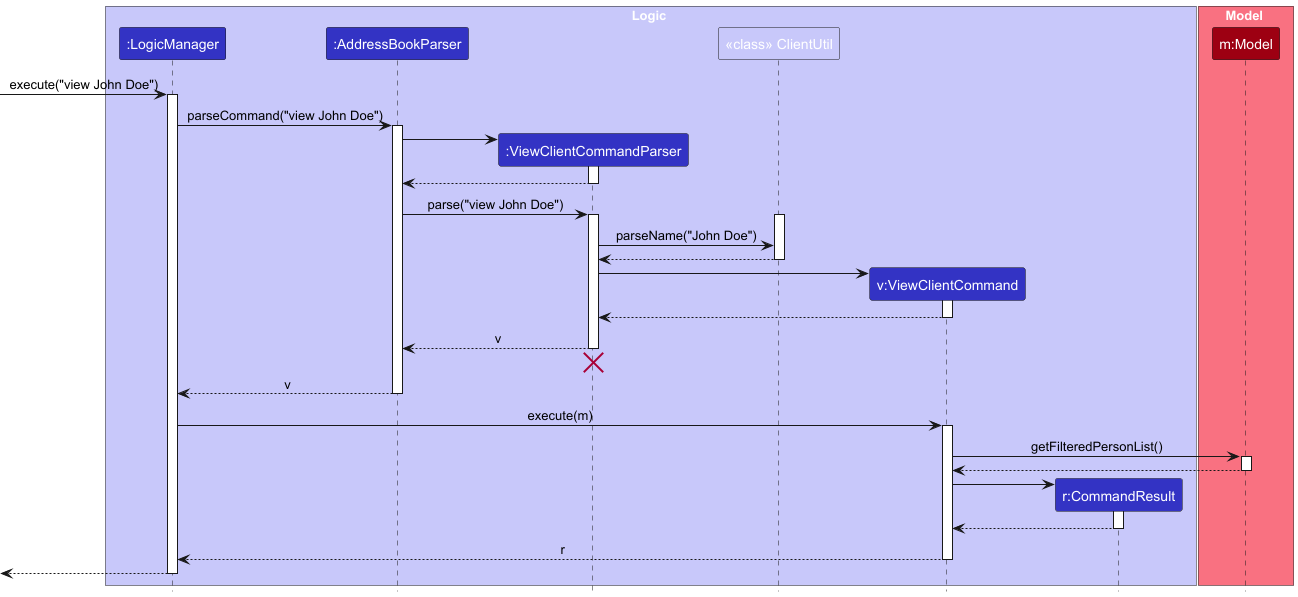
Before: docs/images/ViewSequenceDiagram.png, a diagram exported from PlantUML (nus-cs2103-AY2425S1/tp).
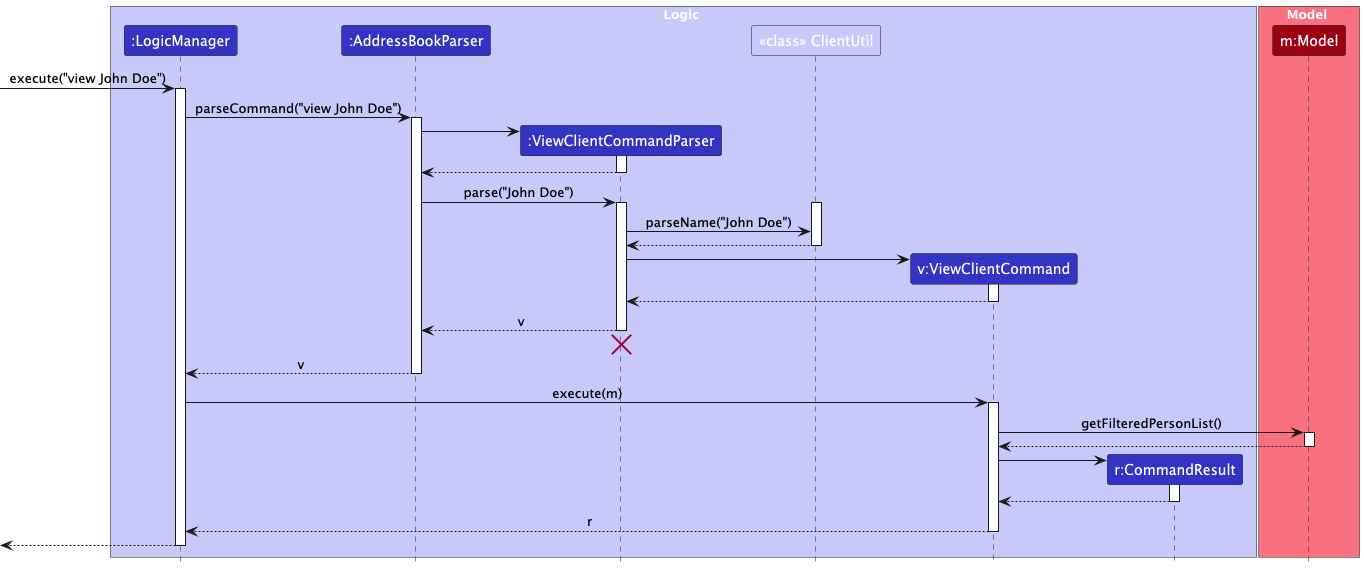
Above is the later version.

The edit, as a diff of the source:
```diff
@@ -28,7 +28,7 @@
 ViewClientCommandParser --> AddressBookParser
 deactivate ViewClientCommandParser
 
-AddressBookParser -> ViewClientCommandParser : parse("view John Doe")
+AddressBookParser -> ViewClientCommandParser : parse("John Doe")
 activate ViewClientCommandParser
 
 activate ClientUtil
```
